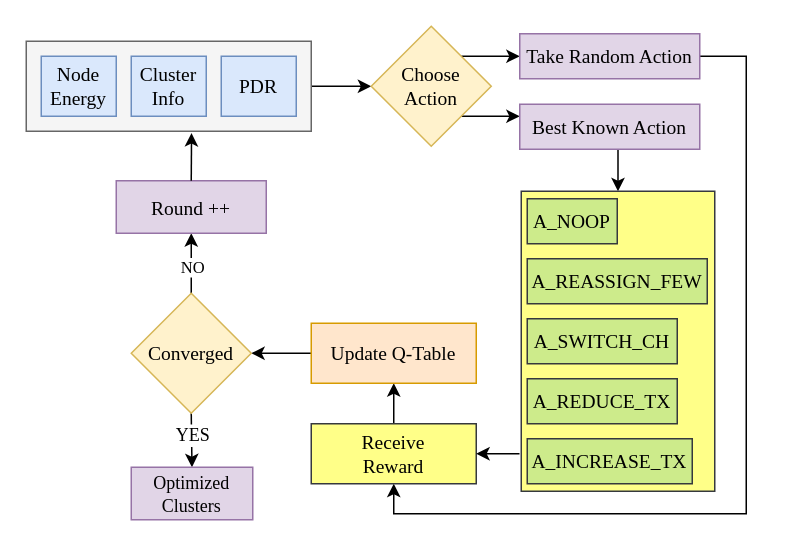
imshubhamcodex/ql--resources keeps this draw.io diagram as Last sem/RL.drawio. Above is the earlier version. Source tidied: cells renumbered, new cells numbered last; positions are measured from the earlier drawing's top-left corner, leaving out a move shared by most shapes. Both pictures are drawn from the tidied source at 150%, with x=0, y=0 at pixel (26, 26).
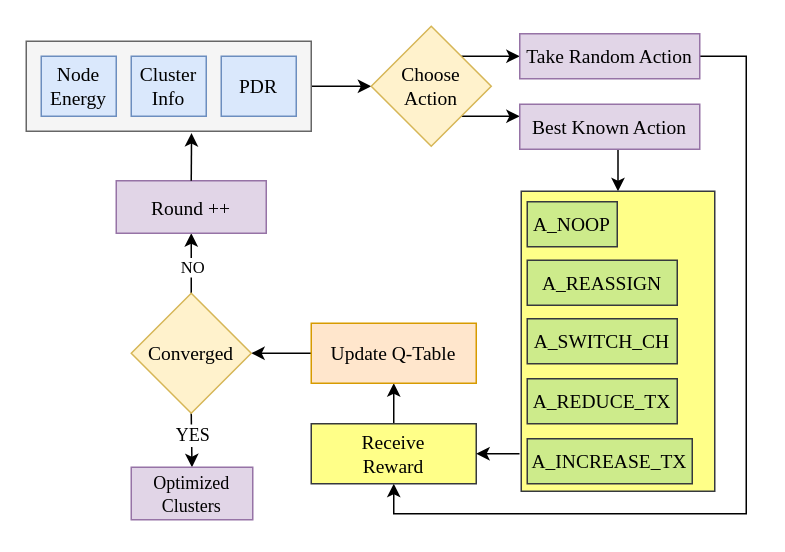
The same page after the edit.

The edit, as a diff of the source:
```diff
@@
     <mxCell id="15" value="A_NOOP" style="rounded=0;whiteSpace=wrap;html=1;fillColor=#cdeb8b;strokeColor=#36393d;fontFamily=Times New Roman;fontSize=13;" parent="1" vertex="1">
-      <mxGeometry x="334" y="115" width="60" height="30" as="geometry" />
+      <mxGeometry x="334" y="117" width="60" height="30" as="geometry" />
     </mxCell>
-    <mxCell id="16" value="A_REASSIGN_FEW" style="rounded=0;whiteSpace=wrap;html=1;fillColor=#cdeb8b;strokeColor=#36393d;fontFamily=Times New Roman;fontSize=13;" parent="1" vertex="1">
-      <mxGeometry x="334" y="155" width="120" height="30" as="geometry" />
-    </mxCell>
@@
+    <mxCell id="33" value="A_REASSIGN" style="rounded=0;whiteSpace=wrap;html=1;fillColor=#cdeb8b;strokeColor=#36393d;fontFamily=Times New Roman;fontSize=13;" parent="1" vertex="1">
+      <mxGeometry x="334" y="156" width="100" height="30" as="geometry" />
+    </mxCell>
```
